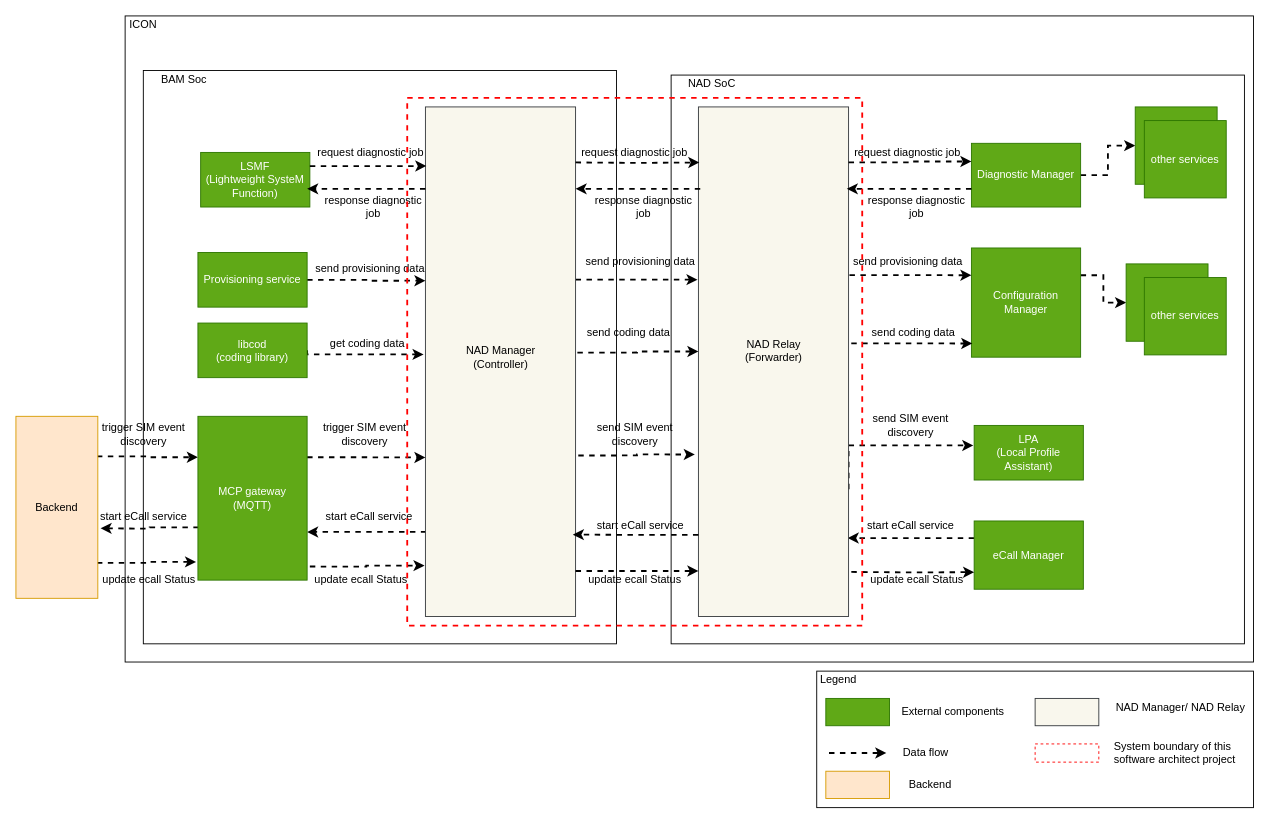
Above: page "Nadmgr_nadproxy" (2 of 5) of doc/SA cert/Design/system_context.drawio in taikt/codefun (draw.io), before the change. Source tidied: cells renumbered, new cells numbered last; positions are measured from the earlier drawing's top-left corner, leaving out a move shared by most shapes. Both pictures are drawn from the tidied source at 91%, with x=0, y=0 at pixel (15, 15).
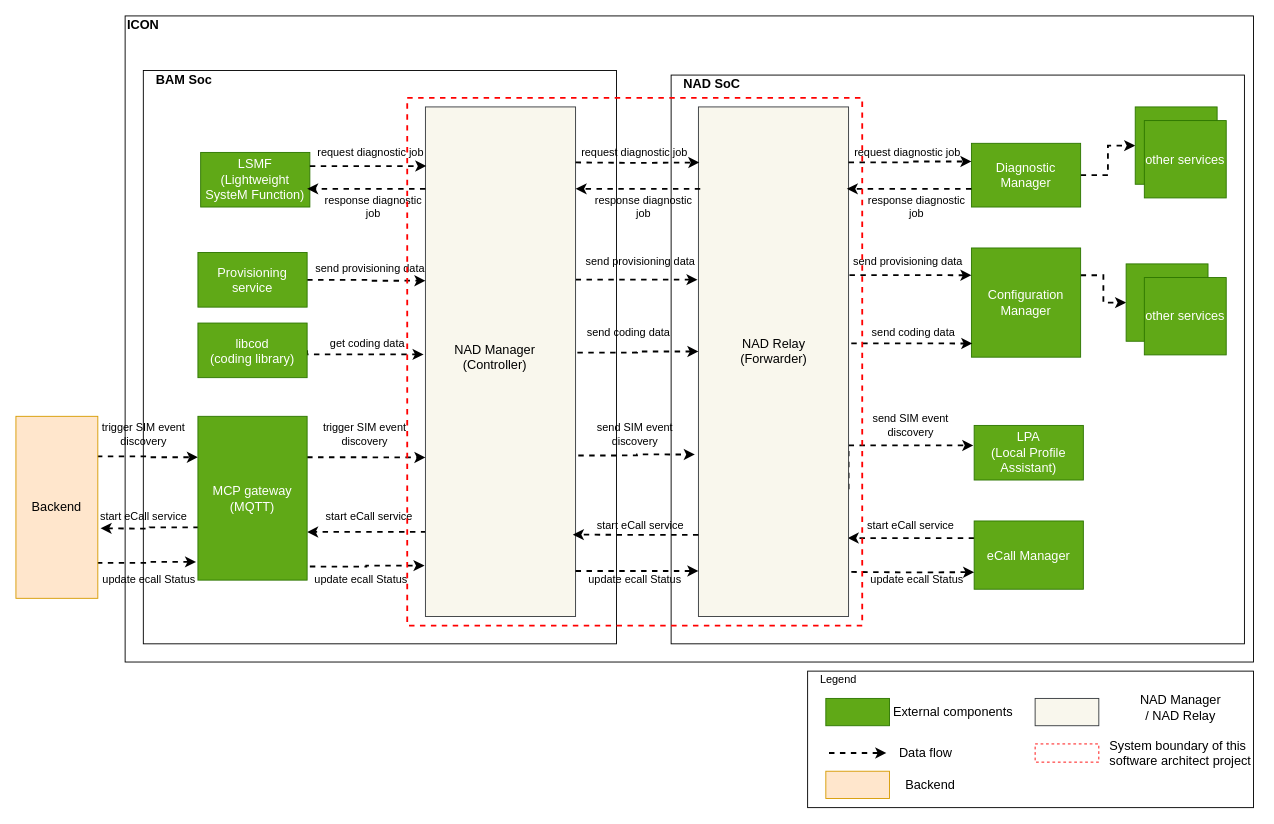
Above is the later version.

The edit, as a diff of the source:
```diff
@@
-    <mxCell id="3" value="ICON" style="text;html=1;strokeColor=none;fillColor=none;align=center;verticalAlign=middle;whiteSpace=wrap;rounded=0;" parent="1" vertex="1">
+    <mxCell id="3" value="&lt;font style=&quot;font-size: 14px&quot;&gt;&lt;b&gt;ICON&lt;/b&gt;&lt;/font&gt;" style="text;html=1;strokeColor=none;fillColor=none;align=center;verticalAlign=middle;whiteSpace=wrap;rounded=0;" parent="1" vertex="1">
       <mxGeometry x="120" width="40" height="20" as="geometry" />
     </mxCell>
@@
-    <mxCell id="5" value="NAD SoC" style="text;html=1;strokeColor=none;fillColor=none;align=center;verticalAlign=middle;whiteSpace=wrap;rounded=0;" parent="1" vertex="1">
+    <mxCell id="5" value="&lt;font style=&quot;font-size: 14px&quot;&gt;&lt;b&gt;NAD SoC&lt;/b&gt;&lt;/font&gt;" style="text;html=1;strokeColor=none;fillColor=none;align=center;verticalAlign=middle;whiteSpace=wrap;rounded=0;" parent="1" vertex="1">
       <mxGeometry x="730" y="65" width="70" height="20" as="geometry" />
     </mxCell>
@@
-    <mxCell id="7" value="Diagnostic Manager" style="rounded=0;whiteSpace=wrap;html=1;strokeColor=#2D7600;fillColor=#60a917;fontColor=#ffffff;" parent="1" vertex="1">
+    <mxCell id="7" value="&lt;font style=&quot;font-size: 14px&quot;&gt;Diagnostic Manager&lt;/font&gt;" style="rounded=0;whiteSpace=wrap;html=1;strokeColor=#2D7600;fillColor=#60a917;fontColor=#ffffff;" parent="1" vertex="1">
       <mxGeometry x="1050" y="140" width="120" height="70" as="geometry" />
     </mxCell>
@@
-    <mxCell id="9" value="eCall Manager" style="rounded=0;whiteSpace=wrap;html=1;strokeColor=#2D7600;fillColor=#60a917;fontColor=#ffffff;" parent="1" vertex="1">
+    <mxCell id="9" value="&lt;font style=&quot;font-size: 14px&quot;&gt;eCall Manager&lt;/font&gt;" style="rounded=0;whiteSpace=wrap;html=1;strokeColor=#2D7600;fillColor=#60a917;fontColor=#ffffff;" parent="1" vertex="1">
       <mxGeometry x="1053" y="555" width="120" height="75" as="geometry" />
     </mxCell>
-    <mxCell id="10" value="LPA&lt;br&gt;(Local Profile Assistant)" style="rounded=0;whiteSpace=wrap;html=1;strokeColor=#2D7600;fillColor=#60a917;fontColor=#ffffff;" parent="1" vertex="1">
+    <mxCell id="10" value="&lt;font style=&quot;font-size: 14px&quot;&gt;LPA&lt;br&gt;(Local Profile Assistant)&lt;/font&gt;" style="rounded=0;whiteSpace=wrap;html=1;strokeColor=#2D7600;fillColor=#60a917;fontColor=#ffffff;" parent="1" vertex="1">
       <mxGeometry x="1053" y="450" width="120" height="60" as="geometry" />
     </mxCell>
@@
-    <mxCell id="12" value="Configuration Manager" style="rounded=0;whiteSpace=wrap;html=1;strokeColor=#2D7600;fillColor=#60a917;fontColor=#ffffff;" parent="1" vertex="1">
+    <mxCell id="12" value="&lt;font style=&quot;font-size: 14px&quot;&gt;Configuration Manager&lt;/font&gt;" style="rounded=0;whiteSpace=wrap;html=1;strokeColor=#2D7600;fillColor=#60a917;fontColor=#ffffff;" parent="1" vertex="1">
       <mxGeometry x="1050" y="255" width="120" height="120" as="geometry" />
     </mxCell>
     <mxCell id="13" style="rounded=0;whiteSpace=wrap;html=1;" parent="1" vertex="1">
-      <mxGeometry x="880" y="720" width="480" height="150" as="geometry" />
+      <mxGeometry x="870" y="720" width="490" height="150" as="geometry" />
     </mxCell>
@@
-    <mxCell id="17" value="NAD Manager/ NAD Relay" style="text;html=1;strokeColor=none;fillColor=none;align=center;verticalAlign=middle;whiteSpace=wrap;rounded=0;" parent="1" vertex="1">
+    <mxCell id="17" value="&lt;font style=&quot;font-size: 14px&quot;&gt;NAD Manager&lt;br&gt;/ NAD Relay&lt;/font&gt;" style="text;html=1;strokeColor=none;fillColor=none;align=center;verticalAlign=middle;whiteSpace=wrap;rounded=0;" parent="1" vertex="1">
       <mxGeometry x="1200" y="750" width="160" height="20" as="geometry" />
     </mxCell>
@@
-    <mxCell id="19" value="System boundary of this software architect project" style="text;html=1;strokeColor=none;fillColor=none;align=left;verticalAlign=middle;whiteSpace=wrap;rounded=0;" parent="1" vertex="1">
-      <mxGeometry x="1205" y="800" width="160" height="20" as="geometry" />
+    <mxCell id="19" value="&lt;font style=&quot;font-size: 14px&quot;&gt;System boundary of this software architect project&lt;/font&gt;" style="text;html=1;strokeColor=none;fillColor=none;align=left;verticalAlign=middle;whiteSpace=wrap;rounded=0;" parent="1" vertex="1">
+      <mxGeometry x="1200" y="800" width="160" height="20" as="geometry" />
     </mxCell>
-    <mxCell id="20" value="External components" style="text;html=1;strokeColor=none;fillColor=none;align=center;verticalAlign=middle;whiteSpace=wrap;rounded=0;" parent="1" vertex="1">
+    <mxCell id="20" value="&lt;font style=&quot;font-size: 14px&quot;&gt;External components&lt;/font&gt;" style="text;html=1;strokeColor=none;fillColor=none;align=center;verticalAlign=middle;whiteSpace=wrap;rounded=0;" parent="1" vertex="1">
       <mxGeometry x="950" y="755" width="160" height="20" as="geometry" />
     </mxCell>
@@
-    <mxCell id="22" value="Data flow" style="text;html=1;strokeColor=none;fillColor=none;align=center;verticalAlign=middle;whiteSpace=wrap;rounded=0;" parent="1" vertex="1">
+    <mxCell id="22" value="&lt;font style=&quot;font-size: 14px&quot;&gt;Data flow&lt;/font&gt;" style="text;html=1;strokeColor=none;fillColor=none;align=center;verticalAlign=middle;whiteSpace=wrap;rounded=0;" parent="1" vertex="1">
       <mxGeometry x="920" y="800" width="160" height="20" as="geometry" />
     </mxCell>
@@
-    <mxCell id="24" value="BAM Soc" style="text;html=1;strokeColor=none;fillColor=none;align=center;verticalAlign=middle;whiteSpace=wrap;rounded=0;" parent="1" vertex="1">
+    <mxCell id="24" value="&lt;font style=&quot;font-size: 14px&quot;&gt;&lt;b&gt;BAM Soc&lt;/b&gt;&lt;/font&gt;" style="text;html=1;strokeColor=none;fillColor=none;align=center;verticalAlign=middle;whiteSpace=wrap;rounded=0;" parent="1" vertex="1">
       <mxGeometry x="150" y="60" width="70" height="20" as="geometry" />
     </mxCell>
@@
-    <mxCell id="30" value="NAD Manager&lt;br&gt;(Controller)" style="text;html=1;strokeColor=none;fillColor=none;align=center;verticalAlign=middle;whiteSpace=wrap;rounded=0;" parent="1" vertex="1">
-      <mxGeometry x="492.5" y="365" width="80" height="20" as="geometry" />
+    <mxCell id="30" value="&lt;font style=&quot;font-size: 14px&quot;&gt;NAD Manager&lt;br&gt;(Controller)&lt;/font&gt;" style="text;html=1;strokeColor=none;fillColor=none;align=center;verticalAlign=middle;whiteSpace=wrap;rounded=0;" parent="1" vertex="1">
+      <mxGeometry x="480" y="365" width="92.5" height="20" as="geometry" />
     </mxCell>
@@
-    <mxCell id="33" value="Backend" style="rounded=0;whiteSpace=wrap;html=1;strokeColor=#d79b00;fillColor=#ffe6cc;" parent="1" vertex="1">
+    <mxCell id="33" value="&lt;font style=&quot;font-size: 14px&quot;&gt;Backend&lt;/font&gt;" style="rounded=0;whiteSpace=wrap;html=1;strokeColor=#d79b00;fillColor=#ffe6cc;" parent="1" vertex="1">
       <mxGeometry y="440" width="90" height="200" as="geometry" />
     </mxCell>
-    <mxCell id="34" value="LSMF&lt;br&gt;(Lightweight SysteM Function)" style="rounded=0;whiteSpace=wrap;html=1;strokeColor=#2D7600;fillColor=#60a917;fontColor=#ffffff;" parent="1" vertex="1">
+    <mxCell id="34" value="&lt;font style=&quot;font-size: 14px&quot;&gt;LSMF&lt;br&gt;(Lightweight SysteM Function)&lt;/font&gt;" style="rounded=0;whiteSpace=wrap;html=1;strokeColor=#2D7600;fillColor=#60a917;fontColor=#ffffff;" parent="1" vertex="1">
       <mxGeometry x="203" y="150" width="120" height="60" as="geometry" />
     </mxCell>
@@
-    <mxCell id="38" value="MCP gateway&lt;br&gt;(MQTT)" style="rounded=0;whiteSpace=wrap;html=1;strokeColor=#2D7600;fillColor=#60a917;fontColor=#ffffff;" parent="1" vertex="1">
+    <mxCell id="38" value="&lt;font style=&quot;font-size: 14px&quot;&gt;MCP gateway&lt;br&gt;(MQTT)&lt;/font&gt;" style="rounded=0;whiteSpace=wrap;html=1;strokeColor=#2D7600;fillColor=#60a917;fontColor=#ffffff;" parent="1" vertex="1">
       <mxGeometry x="200" y="440" width="120" height="180" as="geometry" />
     </mxCell>
@@
-    <mxCell id="40" value="Provisioning service" style="rounded=0;whiteSpace=wrap;html=1;strokeColor=#2D7600;fillColor=#60a917;fontColor=#ffffff;" parent="1" vertex="1">
+    <mxCell id="40" value="&lt;font style=&quot;font-size: 14px&quot;&gt;Provisioning service&lt;/font&gt;" style="rounded=0;whiteSpace=wrap;html=1;strokeColor=#2D7600;fillColor=#60a917;fontColor=#ffffff;" parent="1" vertex="1">
       <mxGeometry x="200" y="260" width="120" height="60" as="geometry" />
     </mxCell>
@@
-    <mxCell id="46" value="NAD Relay&lt;br&gt;(Forwarder)" style="text;html=1;strokeColor=none;fillColor=none;align=center;verticalAlign=middle;whiteSpace=wrap;rounded=0;" parent="1" vertex="1">
+    <mxCell id="46" value="&lt;font style=&quot;font-size: 14px&quot;&gt;NAD Relay&lt;br&gt;(Forwarder)&lt;/font&gt;" style="text;html=1;strokeColor=none;fillColor=none;align=center;verticalAlign=middle;whiteSpace=wrap;rounded=0;" parent="1" vertex="1">
       <mxGeometry x="792.5" y="357.5" width="80" height="20" as="geometry" />
     </mxCell>
@@
-    <mxCell id="63" value="other services" style="rounded=0;whiteSpace=wrap;html=1;strokeColor=#2D7600;fillColor=#60a917;fontColor=#ffffff;" parent="1" vertex="1">
+    <mxCell id="63" value="&lt;font style=&quot;font-size: 14px&quot;&gt;other services&lt;/font&gt;" style="rounded=0;whiteSpace=wrap;html=1;strokeColor=#2D7600;fillColor=#60a917;fontColor=#ffffff;" parent="1" vertex="1">
       <mxGeometry x="1240" y="287.5" width="90" height="85" as="geometry" />
     </mxCell>
@@
-    <mxCell id="65" value="other services" style="rounded=0;whiteSpace=wrap;html=1;strokeColor=#2D7600;fillColor=#60a917;fontColor=#ffffff;" parent="1" vertex="1">
+    <mxCell id="65" value="&lt;font style=&quot;font-size: 14px&quot;&gt;other services&lt;/font&gt;" style="rounded=0;whiteSpace=wrap;html=1;strokeColor=#2D7600;fillColor=#60a917;fontColor=#ffffff;" parent="1" vertex="1">
       <mxGeometry x="1240" y="115" width="90" height="85" as="geometry" />
     </mxCell>
@@
-    <mxCell id="67" value="libcod&lt;br&gt;(coding library)" style="rounded=0;whiteSpace=wrap;html=1;strokeColor=#2D7600;fillColor=#60a917;fontColor=#ffffff;" parent="1" vertex="1">
+    <mxCell id="67" value="&lt;font style=&quot;font-size: 14px&quot;&gt;libcod&lt;br&gt;(coding library)&lt;/font&gt;" style="rounded=0;whiteSpace=wrap;html=1;strokeColor=#2D7600;fillColor=#60a917;fontColor=#ffffff;" parent="1" vertex="1">
       <mxGeometry x="200" y="337.5" width="120" height="60" as="geometry" />
     </mxCell>
@@
-    <mxCell id="86" value="Backend" style="text;html=1;strokeColor=none;fillColor=none;align=center;verticalAlign=middle;whiteSpace=wrap;rounded=0;" parent="1" vertex="1">
+    <mxCell id="86" value="&lt;font style=&quot;font-size: 14px&quot;&gt;Backend&lt;/font&gt;" style="text;html=1;strokeColor=none;fillColor=none;align=center;verticalAlign=middle;whiteSpace=wrap;rounded=0;" parent="1" vertex="1">
       <mxGeometry x="925" y="835" width="160" height="20" as="geometry" />
     </mxCell>
```
